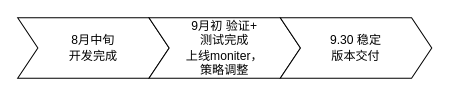
The draw.io diagram tng_ana.drawio in learn2Pro/draw_io_save, before the edit. Source tidied: cells renumbered, new cells numbered last; positions are measured from the earlier drawing's top-left corner, leaving out a move shared by most shapes. Both pictures are drawn from the tidied source at 101%, with x=0, y=0 at pixel (17, 17).
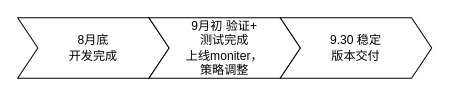
The same page after the edit.

The edit, as a diff of the source:
```diff
@@
 <mxGraphModel>
   <root>
     <mxCell id="0" />
     <mxCell id="1" parent="0" />
-    <mxCell id="2" value="8月中旬 &lt;br&gt;开发完成" style="shape=step;perimeter=stepPerimeter;whiteSpace=wrap;html=1;fixedSize=1;" parent="1" vertex="1">
+    <mxCell id="2" value="8月底&lt;br&gt;开发完成" style="shape=step;perimeter=stepPerimeter;whiteSpace=wrap;html=1;fixedSize=1;" parent="1" vertex="1">
       <mxGeometry width="150" height="60" as="geometry" />
     </mxCell>
     <mxCell id="3" value="9月初 验证+&lt;br&gt;测试完成&lt;br&gt;上线moniter，&lt;br&gt;策略调整" style="shape=step;perimeter=stepPerimeter;whiteSpace=wrap;html=1;fixedSize=1;" parent="1" vertex="1">
       <mxGeometry x="130" width="150" height="60" as="geometry" />
     </mxCell>
     <mxCell id="4" value="9.30 稳定&lt;br&gt;版本交付" style="shape=step;perimeter=stepPerimeter;whiteSpace=wrap;html=1;fixedSize=1;" parent="1" vertex="1">
       <mxGeometry x="260" width="150" height="60" as="geometry" />
     </mxCell>
   </root>
 </mxGraphModel>
```
